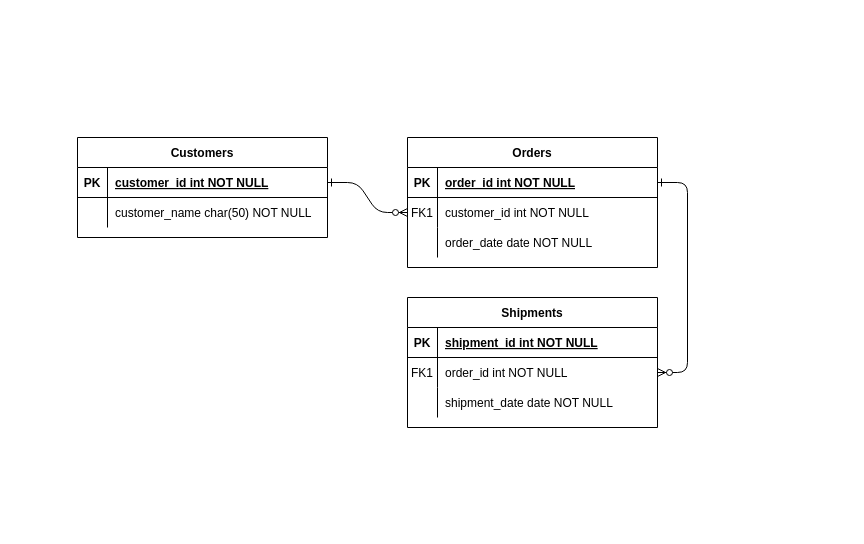
The draw.io diagram Untitled Diagram.drawio in XpertBotTeam/CpertBotAgriTech_Backend, before the edit. Source tidied: cells renumbered, new cells numbered last; positions are measured from the earlier drawing's top-left corner, leaving out a move shared by most shapes. Both pictures are drawn from the tidied source at 100%, with x=0, y=0 at pixel (77, 137).
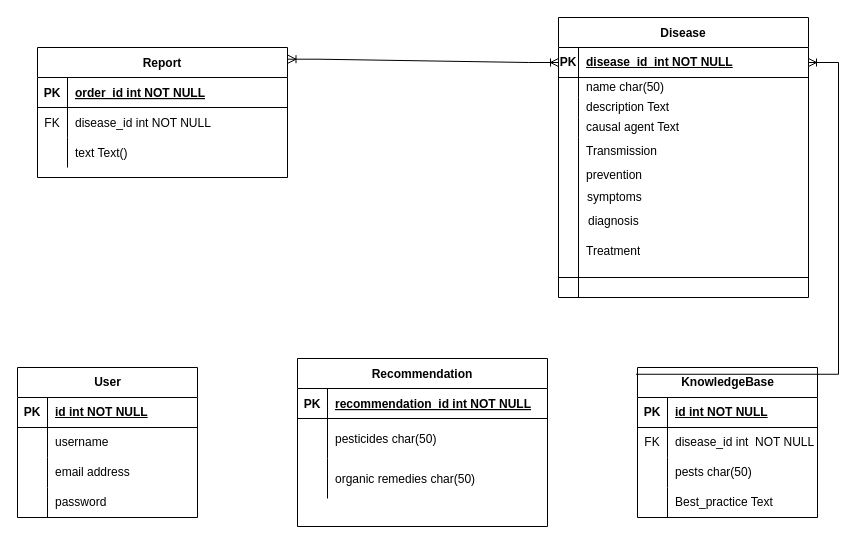
The same page after the edit.

Unchanged cells that the change refers to:
```xml
<mxCell id="5" style="shape=partialRectangle;fillColor=none;points=[[0,0.5],[1,0.5]];portConstraint=eastwest;top=0;left=0;right=0;bottom=1;" parent="4" vertex="1">
  <mxGeometry y="30" width="250" height="30" as="geometry" />
</mxCell>
<mxCell id="8" style="shape=partialRectangle;fillColor=none;points=[[0,0.5],[1,0.5]];portConstraint=eastwest;top=0;left=0;right=0;bottom=0;" parent="4" vertex="1">
  <mxGeometry y="60" width="250" height="30" as="geometry" />
</mxCell>
<mxCell id="11" style="shape=partialRectangle;fillColor=none;top=0;left=0;right=0;bottom=0;" parent="4" vertex="1">
  <mxGeometry y="90" width="250" height="30" as="geometry" />
</mxCell>
<mxCell id="15" style="shape=partialRectangle;fillColor=none;top=0;left=0;right=0;bottom=1;" parent="14" vertex="1">
  <mxGeometry y="30" width="250" height="30" as="geometry" />
</mxCell>
```

The edit, as a diff of the source:
```diff
@@
-    <mxCell id="2" style="edgeStyle=entityRelationEdgeStyle;endArrow=ERzeroToMany;startArrow=ERone;endFill=1;startFill=0;" parent="1" edge="1" source="25" target="8">
-      <mxGeometry relative="1" as="geometry" />
-    </mxCell>
-    <mxCell id="3" style="edgeStyle=entityRelationEdgeStyle;endArrow=ERzeroToMany;startArrow=ERone;endFill=1;startFill=0;" parent="1" edge="1" source="5" target="18">
-      <mxGeometry relative="1" as="geometry" />
-    </mxCell>
-    <mxCell id="4" value="Orders" style="shape=table;startSize=30;childLayout=tableLayout;rowLines=0;fontStyle=1;align=center;" parent="1" vertex="1">
-      <mxGeometry x="330" width="250" height="130" as="geometry" />
+    <mxCell id="4" value="Report" style="shape=table;startSize=30;childLayout=tableLayout;rowLines=0;fontStyle=1;align=center;gradientColor=none;swimlaneFillColor=default;" parent="1" vertex="1">
+      <mxGeometry x="-40" y="-90" width="250" height="130" as="geometry" />
     </mxCell>
@@
-    <mxCell id="9" value="FK1" style="shape=partialRectangle;overflow=hidden;fillColor=none;top=0;left=0;bottom=0;right=0;" parent="8" vertex="1">
+    <mxCell id="9" value="FK" style="shape=partialRectangle;overflow=hidden;fillColor=none;top=0;left=0;bottom=0;right=0;" parent="8" vertex="1">
       <mxGeometry width="30" height="30" as="geometry" />
     </mxCell>
-    <mxCell id="10" value="customer_id int NOT NULL" style="shape=partialRectangle;overflow=hidden;fillColor=none;top=0;left=0;bottom=0;right=0;align=left;spacingLeft=6;" parent="8" vertex="1">
+    <mxCell id="10" value="disease_id int NOT NULL" style="shape=partialRectangle;overflow=hidden;fillColor=none;top=0;left=0;bottom=0;right=0;align=left;spacingLeft=6;" parent="8" vertex="1">
       <mxGeometry x="30" width="220" height="30" as="geometry" />
     </mxCell>
@@
-    <mxCell id="13" value="order_date date NOT NULL" style="shape=partialRectangle;overflow=hidden;fillColor=none;top=0;left=0;bottom=0;right=0;align=left;spacingLeft=6;" parent="11" vertex="1">
+    <mxCell id="13" value="text Text() " style="shape=partialRectangle;overflow=hidden;fillColor=none;top=0;left=0;bottom=0;right=0;align=left;spacingLeft=6;" parent="11" vertex="1">
       <mxGeometry x="30" width="220" height="30" as="geometry" />
     </mxCell>
-    <mxCell id="14" value="Shipments" style="shape=table;startSize=30;childLayout=tableLayout;rowLines=0;fontStyle=1;align=center;" parent="1" vertex="1">
-      <mxGeometry x="330" y="160" width="250" height="130" as="geometry" />
+    <mxCell id="14" value="Recommendation" style="shape=table;startSize=30;childLayout=tableLayout;rowLines=0;fontStyle=1;align=center;swimlaneFillColor=default;" parent="1" vertex="1">
+      <mxGeometry x="220" y="221" width="250" height="168" as="geometry" />
     </mxCell>
@@
-    <mxCell id="17" value="shipment_id int NOT NULL " style="shape=partialRectangle;overflow=hidden;fillColor=none;top=0;left=0;bottom=0;right=0;align=left;spacingLeft=6;fontStyle=5;" parent="15" vertex="1">
+    <mxCell id="17" value="recommendation_id int NOT NULL " style="shape=partialRectangle;overflow=hidden;fillColor=none;top=0;left=0;bottom=0;right=0;align=left;spacingLeft=6;fontStyle=5;" parent="15" vertex="1">
       <mxGeometry x="30" width="220" height="30" as="geometry" />
     </mxCell>
     <mxCell id="18" style="shape=partialRectangle;fillColor=none;points=[[0,0.5],[1,0.5]];portConstraint=eastwest;top=0;left=0;right=0;bottom=0;" parent="14" vertex="1">
-      <mxGeometry y="60" width="250" height="30" as="geometry" />
+      <mxGeometry y="60" width="250" height="40" as="geometry" />
     </mxCell>
-    <mxCell id="19" value="FK1" style="shape=partialRectangle;overflow=hidden;fillColor=none;top=0;left=0;bottom=0;right=0;" parent="18" vertex="1">
-      <mxGeometry width="30" height="30" as="geometry" />
+    <mxCell id="19" style="shape=partialRectangle;overflow=hidden;fillColor=none;top=0;left=0;bottom=0;right=0;" parent="18" vertex="1">
+      <mxGeometry width="30" height="40" as="geometry" />
     </mxCell>
-    <mxCell id="20" value="order_id int NOT NULL" style="shape=partialRectangle;overflow=hidden;fillColor=none;top=0;left=0;bottom=0;right=0;align=left;spacingLeft=6;" parent="18" vertex="1">
-      <mxGeometry x="30" width="220" height="30" as="geometry" />
+    <mxCell id="20" value="pesticides char(50)" style="shape=partialRectangle;overflow=hidden;fillColor=none;top=0;left=0;bottom=0;right=0;align=left;spacingLeft=6;" parent="18" vertex="1">
+      <mxGeometry x="30" width="220" height="40" as="geometry" />
     </mxCell>
     <mxCell id="21" style="shape=partialRectangle;fillColor=none;top=0;left=0;right=0;bottom=0;" parent="14" vertex="1">
-      <mxGeometry y="90" width="250" height="30" as="geometry" />
+      <mxGeometry y="100" width="250" height="40" as="geometry" />
     </mxCell>
     <mxCell id="22" style="shape=partialRectangle;overflow=hidden;fillColor=none;top=0;left=0;bottom=0;right=0;" parent="21" vertex="1">
-      <mxGeometry width="30" height="30" as="geometry" />
+      <mxGeometry width="30" height="40" as="geometry" />
     </mxCell>
-    <mxCell id="23" value="shipment_date date NOT NULL" style="shape=partialRectangle;overflow=hidden;fillColor=none;top=0;left=0;bottom=0;right=0;align=left;spacingLeft=6;" parent="21" vertex="1">
-      <mxGeometry x="30" width="220" height="30" as="geometry" />
+    <mxCell id="23" value="organic remedies char(50)" style="shape=partialRectangle;overflow=hidden;fillColor=none;top=0;left=0;bottom=0;right=0;align=left;spacingLeft=6;" parent="21" vertex="1">
+      <mxGeometry x="30" width="220" height="40" as="geometry" />
     </mxCell>
-    <mxCell id="24" value="Customers" style="shape=table;startSize=30;childLayout=tableLayout;rowLines=0;fontStyle=1;align=center;" parent="1" vertex="1">
-      <mxGeometry width="250" height="100" as="geometry" />
+    <mxCell id="24" value="Disease" style="shape=table;startSize=30;childLayout=tableLayout;rowLines=0;fontStyle=1;align=center;swimlaneFillColor=default;rounded=0;swimlaneLine=1;shadow=0;" parent="1" vertex="1">
+      <mxGeometry x="481" y="-120" width="250" height="280" as="geometry" />
     </mxCell>
+    <mxCell id="31" style="shape=tableRow;horizontal=0;startSize=0;swimlaneHead=0;swimlaneBody=0;fillColor=none;points=[[0,0.5],[1,0.5]];portConstraint=eastwest;top=0;left=0;right=0;bottom=1;" parent="24" vertex="1">
+      <mxGeometry y="30" width="250" height="30" as="geometry" />
+    </mxCell>
+    <mxCell id="32" value="PK" style="shape=partialRectangle;fillColor=none;top=0;left=0;bottom=0;right=0;fontStyle=1;overflow=hidden;whiteSpace=wrap;html=1;" parent="31" vertex="1">
+      <mxGeometry width="20" height="30" as="geometry" />
+    </mxCell>
+    <mxCell id="33" value="disease_id&amp;nbsp; int NOT NULL" style="shape=partialRectangle;fillColor=none;top=0;left=0;bottom=0;right=0;align=left;spacingLeft=6;fontStyle=5;overflow=hidden;whiteSpace=wrap;html=1;" parent="31" vertex="1">
+      <mxGeometry x="20" width="230" height="30" as="geometry" />
+    </mxCell>
+    <mxCell id="34" style="shape=tableRow;horizontal=0;startSize=0;swimlaneHead=0;swimlaneBody=0;fillColor=none;top=0;left=0;right=0;bottom=0;" parent="24" vertex="1">
+      <mxGeometry y="60" width="250" height="20" as="geometry" />
+    </mxCell>
+    <mxCell id="35" style="shape=partialRectangle;fillColor=none;top=0;left=0;bottom=0;right=0;overflow=hidden;whiteSpace=wrap;html=1;" parent="34" vertex="1">
+      <mxGeometry width="20" height="20" as="geometry" />
+    </mxCell>
+    <mxCell id="36" value="name char(50)" style="shape=partialRectangle;fillColor=none;top=0;left=0;bottom=0;right=0;align=left;spacingLeft=6;overflow=hidden;whiteSpace=wrap;html=1;" parent="34" vertex="1">
+      <mxGeometry x="20" width="230" height="20" as="geometry" />
+    </mxCell>
+    <mxCell id="37" style="shape=tableRow;horizontal=0;startSize=0;swimlaneHead=0;swimlaneBody=0;fillColor=none;top=0;left=0;right=0;bottom=0;" parent="24" vertex="1">
+      <mxGeometry y="80" width="250" height="20" as="geometry" />
+    </mxCell>
+    <mxCell id="38" style="shape=partialRectangle;fillColor=none;top=0;left=0;bottom=0;right=0;overflow=hidden;whiteSpace=wrap;html=1;" parent="37" vertex="1">
+      <mxGeometry width="20" height="20" as="geometry" />
+    </mxCell>
+    <mxCell id="39" value="description Text" style="shape=partialRectangle;fillColor=none;top=0;left=0;bottom=0;right=0;align=left;spacingLeft=6;overflow=hidden;whiteSpace=wrap;html=1;" parent="37" vertex="1">
+      <mxGeometry x="20" width="230" height="20" as="geometry" />
+    </mxCell>
+    <mxCell id="40" style="shape=tableRow;horizontal=0;startSize=0;swimlaneHead=0;swimlaneBody=0;fillColor=none;top=0;left=0;right=0;bottom=0;" parent="24" vertex="1">
+      <mxGeometry y="100" width="250" height="20" as="geometry" />
+    </mxCell>
+    <mxCell id="41" style="shape=partialRectangle;fillColor=none;top=0;left=0;bottom=0;right=0;overflow=hidden;whiteSpace=wrap;html=1;" parent="40" vertex="1">
+      <mxGeometry width="20" height="20" as="geometry" />
+    </mxCell>
+    <mxCell id="42" value="causal agent Text" style="shape=partialRectangle;fillColor=none;top=0;left=0;bottom=0;right=0;align=left;spacingLeft=6;overflow=hidden;whiteSpace=wrap;html=1;" parent="40" vertex="1">
+      <mxGeometry x="20" width="230" height="20" as="geometry" />
+    </mxCell>
     <mxCell id="25" style="shape=partialRectangle;fillColor=none;points=[[0,0.5],[1,0.5]];portConstraint=eastwest;top=0;left=0;right=0;bottom=1;" parent="24" vertex="1">
-      <mxGeometry y="30" width="250" height="30" as="geometry" />
+      <mxGeometry y="120" width="250" height="140" as="geometry" />
     </mxCell>
-    <mxCell id="26" value="PK" style="shape=partialRectangle;overflow=hidden;fillColor=none;top=0;left=0;bottom=0;right=0;fontStyle=1;" parent="25" vertex="1">
-      <mxGeometry width="30" height="30" as="geometry" />
+    <mxCell id="26" style="shape=partialRectangle;overflow=hidden;fillColor=none;top=0;left=0;bottom=0;right=0;fontStyle=1;" parent="25" vertex="1">
+      <mxGeometry width="20" height="140" as="geometry" />
     </mxCell>
-    <mxCell id="27" value="customer_id int NOT NULL " style="shape=partialRectangle;overflow=hidden;fillColor=none;top=0;left=0;bottom=0;right=0;align=left;spacingLeft=6;fontStyle=5;" parent="25" vertex="1">
-      <mxGeometry x="30" width="220" height="30" as="geometry" />
+    <mxCell id="27" style="shape=partialRectangle;overflow=hidden;fillColor=none;top=0;left=0;bottom=0;right=0;align=left;spacingLeft=6;fontStyle=0;verticalAlign=top;" parent="25" vertex="1">
+      <mxGeometry x="20" width="230" height="140" as="geometry" />
     </mxCell>
     <mxCell id="28" style="shape=partialRectangle;fillColor=none;top=0;left=0;right=0;bottom=0;" parent="24" vertex="1">
-      <mxGeometry y="60" width="250" height="30" as="geometry" />
+      <mxGeometry y="260" width="250" height="20" as="geometry" />
     </mxCell>
     <mxCell id="29" style="shape=partialRectangle;overflow=hidden;fillColor=none;top=0;left=0;bottom=0;right=0;" parent="28" vertex="1">
-      <mxGeometry width="30" height="30" as="geometry" />
+      <mxGeometry width="20" height="20" as="geometry" />
     </mxCell>
-    <mxCell id="30" value="customer_name char(50) NOT NULL" style="shape=partialRectangle;overflow=hidden;fillColor=none;top=0;left=0;bottom=0;right=0;align=left;spacingLeft=6;" parent="28" vertex="1">
-      <mxGeometry x="30" width="220" height="30" as="geometry" />
+    <mxCell id="30" style="shape=partialRectangle;overflow=hidden;fillColor=none;top=0;left=0;bottom=0;right=0;align=left;spacingLeft=6;" parent="28" vertex="1">
+      <mxGeometry x="20" width="230" height="20" as="geometry" />
     </mxCell>
+    <mxCell id="43" value="User" style="shape=table;startSize=30;childLayout=tableLayout;rowLines=0;fontStyle=1;align=center;html=1;swimlaneFillColor=default;" parent="1" vertex="1">
+      <mxGeometry x="-60" y="230" width="180" height="150" as="geometry" />
+    </mxCell>
+    <mxCell id="44" style="shape=tableRow;horizontal=0;startSize=0;swimlaneHead=0;swimlaneBody=0;fillColor=none;top=0;left=0;right=0;bottom=1;" parent="43" vertex="1">
+      <mxGeometry y="30" width="180" height="30" as="geometry" />
+    </mxCell>
+    <mxCell id="45" value="PK" style="shape=partialRectangle;fillColor=none;top=0;left=0;bottom=0;right=0;fontStyle=1;overflow=hidden;whiteSpace=wrap;html=1;" parent="44" vertex="1">
+      <mxGeometry width="30" height="30" as="geometry" />
+    </mxCell>
+    <mxCell id="46" value="id int NOT NULL" style="shape=partialRectangle;fillColor=none;top=0;left=0;bottom=0;right=0;align=left;spacingLeft=6;fontStyle=5;overflow=hidden;whiteSpace=wrap;html=1;" parent="44" vertex="1">
+      <mxGeometry x="30" width="150" height="30" as="geometry" />
+    </mxCell>
+    <mxCell id="47" style="shape=tableRow;horizontal=0;startSize=0;swimlaneHead=0;swimlaneBody=0;fillColor=none;top=0;left=0;right=0;bottom=0;" parent="43" vertex="1">
+      <mxGeometry y="60" width="180" height="30" as="geometry" />
+    </mxCell>
+    <mxCell id="48" style="shape=partialRectangle;fillColor=none;top=0;left=0;bottom=0;right=0;overflow=hidden;whiteSpace=wrap;html=1;" parent="47" vertex="1">
+      <mxGeometry width="30" height="30" as="geometry" />
+    </mxCell>
+    <mxCell id="49" value="username" style="shape=partialRectangle;fillColor=none;top=0;left=0;bottom=0;right=0;align=left;spacingLeft=6;overflow=hidden;whiteSpace=wrap;html=1;" parent="47" vertex="1">
+      <mxGeometry x="30" width="150" height="30" as="geometry" />
+    </mxCell>
+    <mxCell id="50" style="shape=tableRow;horizontal=0;startSize=0;swimlaneHead=0;swimlaneBody=0;fillColor=none;top=0;left=0;right=0;bottom=0;" parent="43" vertex="1">
+      <mxGeometry y="90" width="180" height="30" as="geometry" />
+    </mxCell>
+    <mxCell id="51" style="shape=partialRectangle;fillColor=none;top=0;left=0;bottom=0;right=0;overflow=hidden;whiteSpace=wrap;html=1;" parent="50" vertex="1">
+      <mxGeometry width="30" height="30" as="geometry" />
+    </mxCell>
+    <mxCell id="52" value="email address" style="shape=partialRectangle;fillColor=none;top=0;left=0;bottom=0;right=0;align=left;spacingLeft=6;overflow=hidden;whiteSpace=wrap;html=1;" parent="50" vertex="1">
+      <mxGeometry x="30" width="150" height="30" as="geometry" />
+    </mxCell>
+    <mxCell id="53" style="shape=tableRow;horizontal=0;startSize=0;swimlaneHead=0;swimlaneBody=0;fillColor=none;top=0;left=0;right=0;bottom=0;" parent="43" vertex="1">
+      <mxGeometry y="120" width="180" height="30" as="geometry" />
+    </mxCell>
+    <mxCell id="54" style="shape=partialRectangle;fillColor=none;top=0;left=0;bottom=0;right=0;overflow=hidden;whiteSpace=wrap;html=1;" parent="53" vertex="1">
+      <mxGeometry width="30" height="30" as="geometry" />
+    </mxCell>
+    <mxCell id="55" value="password" style="shape=partialRectangle;fillColor=none;top=0;left=0;bottom=0;right=0;align=left;spacingLeft=6;overflow=hidden;whiteSpace=wrap;html=1;" parent="53" vertex="1">
+      <mxGeometry x="30" width="150" height="30" as="geometry" />
+    </mxCell>
+    <mxCell id="56" value="KnowledgeBase" style="shape=table;startSize=30;childLayout=tableLayout;rowLines=0;fontStyle=1;align=center;html=1;" parent="1" vertex="1">
+      <mxGeometry x="560" y="230" width="180" height="150" as="geometry" />
+    </mxCell>
+    <mxCell id="57" style="shape=tableRow;horizontal=0;startSize=0;swimlaneHead=0;swimlaneBody=0;fillColor=none;top=0;left=0;right=0;bottom=1;" parent="56" vertex="1">
+      <mxGeometry y="30" width="180" height="30" as="geometry" />
+    </mxCell>
+    <mxCell id="58" value="PK" style="shape=partialRectangle;fillColor=none;top=0;left=0;bottom=0;right=0;fontStyle=1;overflow=hidden;whiteSpace=wrap;html=1;" parent="57" vertex="1">
+      <mxGeometry width="30" height="30" as="geometry" />
+    </mxCell>
+    <mxCell id="59" value="id int NOT NULL" style="shape=partialRectangle;fillColor=none;top=0;left=0;bottom=0;right=0;align=left;spacingLeft=6;fontStyle=5;overflow=hidden;whiteSpace=wrap;html=1;" parent="57" vertex="1">
+      <mxGeometry x="30" width="150" height="30" as="geometry" />
+    </mxCell>
+    <mxCell id="60" style="shape=tableRow;horizontal=0;startSize=0;swimlaneHead=0;swimlaneBody=0;fillColor=none;top=0;left=0;right=0;bottom=0;" parent="56" vertex="1">
+      <mxGeometry y="60" width="180" height="30" as="geometry" />
+    </mxCell>
+    <mxCell id="61" value="FK" style="shape=partialRectangle;fillColor=none;top=0;left=0;bottom=0;right=0;overflow=hidden;whiteSpace=wrap;html=1;" parent="60" vertex="1">
+      <mxGeometry width="30" height="30" as="geometry" />
+    </mxCell>
+    <mxCell id="62" value="disease_id int&amp;nbsp; NOT NULL" style="shape=partialRectangle;fillColor=none;top=0;left=0;bottom=0;right=0;align=left;spacingLeft=6;overflow=hidden;whiteSpace=wrap;html=1;" parent="60" vertex="1">
+      <mxGeometry x="30" width="150" height="30" as="geometry" />
+    </mxCell>
+    <mxCell id="63" style="shape=tableRow;horizontal=0;startSize=0;swimlaneHead=0;swimlaneBody=0;fillColor=none;top=0;left=0;right=0;bottom=0;" parent="56" vertex="1">
+      <mxGeometry y="90" width="180" height="30" as="geometry" />
+    </mxCell>
+    <mxCell id="64" style="shape=partialRectangle;fillColor=none;top=0;left=0;bottom=0;right=0;overflow=hidden;whiteSpace=wrap;html=1;" parent="63" vertex="1">
+      <mxGeometry width="30" height="30" as="geometry" />
+    </mxCell>
+    <mxCell id="65" value="pests char(50)" style="shape=partialRectangle;fillColor=none;top=0;left=0;bottom=0;right=0;align=left;spacingLeft=6;overflow=hidden;whiteSpace=wrap;html=1;" parent="63" vertex="1">
+      <mxGeometry x="30" width="150" height="30" as="geometry" />
+    </mxCell>
+    <mxCell id="66" style="shape=tableRow;horizontal=0;startSize=0;swimlaneHead=0;swimlaneBody=0;fillColor=none;top=0;left=0;right=0;bottom=0;" parent="56" vertex="1">
+      <mxGeometry y="120" width="180" height="30" as="geometry" />
+    </mxCell>
+    <mxCell id="67" style="shape=partialRectangle;fillColor=none;top=0;left=0;bottom=0;right=0;overflow=hidden;whiteSpace=wrap;html=1;" parent="66" vertex="1">
+      <mxGeometry width="30" height="30" as="geometry" />
+    </mxCell>
+    <mxCell id="68" value="Best_practice Text&amp;nbsp;" style="shape=partialRectangle;fillColor=none;top=0;left=0;bottom=0;right=0;align=left;spacingLeft=6;overflow=hidden;whiteSpace=wrap;html=1;" parent="66" vertex="1">
+      <mxGeometry x="30" width="150" height="30" as="geometry" />
+    </mxCell>
+    <mxCell id="69" style="edgeStyle=entityRelationEdgeStyle;fontSize=12;html=1;endArrow=ERoneToMany;startArrow=ERoneToMany;rounded=0;entryX=1.002;entryY=0.09;entryDx=0;entryDy=0;entryPerimeter=0;exitX=0;exitY=0.5;exitDx=0;exitDy=0;" parent="1" edge="1" source="31" target="4">
+      <mxGeometry relative="1" as="geometry" />
+    </mxCell>
+    <mxCell id="70" style="edgeStyle=entityRelationEdgeStyle;fontSize=12;html=1;endArrow=ERoneToMany;rounded=0;exitX=-0.008;exitY=0.045;exitDx=0;exitDy=0;exitPerimeter=0;" parent="1" edge="1" source="56" target="31">
+      <mxGeometry relative="1" as="geometry">
+        <Array as="points">
+          <mxPoint x="331.8" y="75.9" />
+          <mxPoint x="615.2" y="193.8" />
+          <mxPoint x="445.2" y="123.8" />
+        </Array>
+      </mxGeometry>
+    </mxCell>
+    <mxCell id="71" value="Transmission" style="text;strokeColor=none;fillColor=none;spacingLeft=4;spacingRight=4;overflow=hidden;fontSize=12;whiteSpace=wrap;html=1;" parent="1" vertex="1">
+      <mxGeometry x="503" width="230" height="30" as="geometry" />
+    </mxCell>
+    <mxCell id="72" value="prevention" style="text;strokeColor=none;fillColor=none;spacingLeft=4;spacingRight=4;overflow=hidden;fontSize=12;whiteSpace=wrap;html=1;" parent="1" vertex="1">
+      <mxGeometry x="503" y="24" width="230" height="30" as="geometry" />
+    </mxCell>
+    <mxCell id="73" value="symptoms" style="text;strokeColor=none;fillColor=none;spacingLeft=4;spacingRight=4;overflow=hidden;fontSize=12;whiteSpace=wrap;html=1;" parent="1" vertex="1">
+      <mxGeometry x="504" y="46" width="230" height="30" as="geometry" />
+    </mxCell>
+    <mxCell id="74" value="diagnosis" style="text;strokeColor=none;fillColor=none;spacingLeft=4;spacingRight=4;overflow=hidden;fontSize=12;whiteSpace=wrap;html=1;" parent="1" vertex="1">
+      <mxGeometry x="505" y="70" width="230" height="30" as="geometry" />
+    </mxCell>
+    <mxCell id="75" value="Treatment" style="text;strokeColor=none;fillColor=none;spacingLeft=4;spacingRight=4;overflow=hidden;fontSize=12;whiteSpace=wrap;html=1;" parent="1" vertex="1">
+      <mxGeometry x="503" y="100" width="167" height="30" as="geometry" />
+    </mxCell>
```
